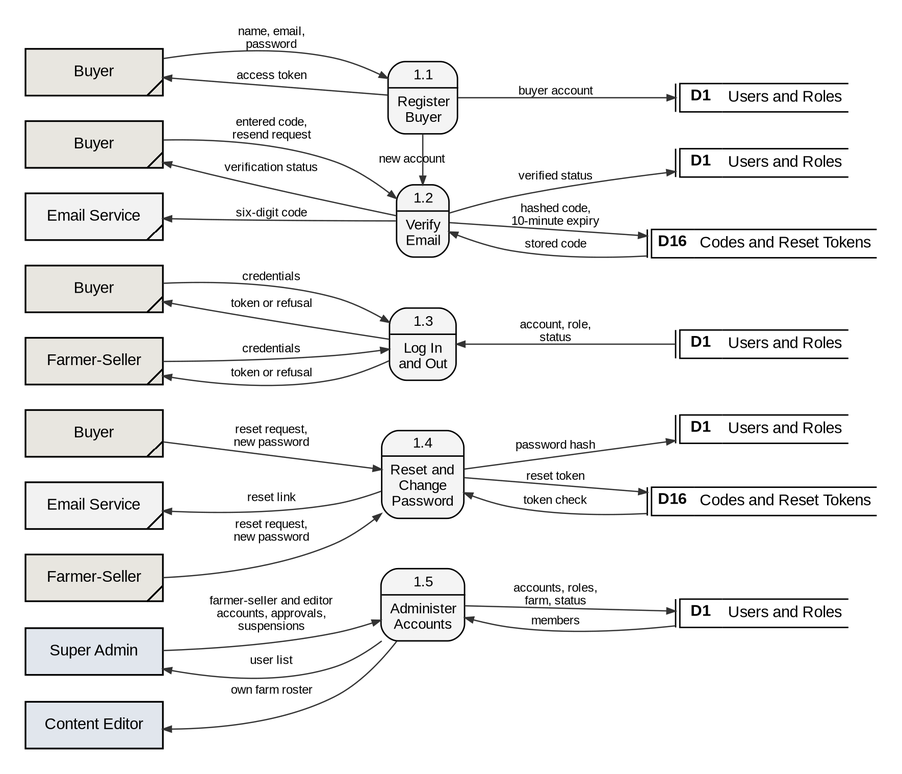
The Graphviz diagram docs/manuscript/figures/fig6_2_1_dfd_level2.png in shawncastaneda11-commits/anihow-backend, before a commit. Its source is kept beside it as docs/manuscript/figures/src/fig6_2_1_dfd_level2.dot.
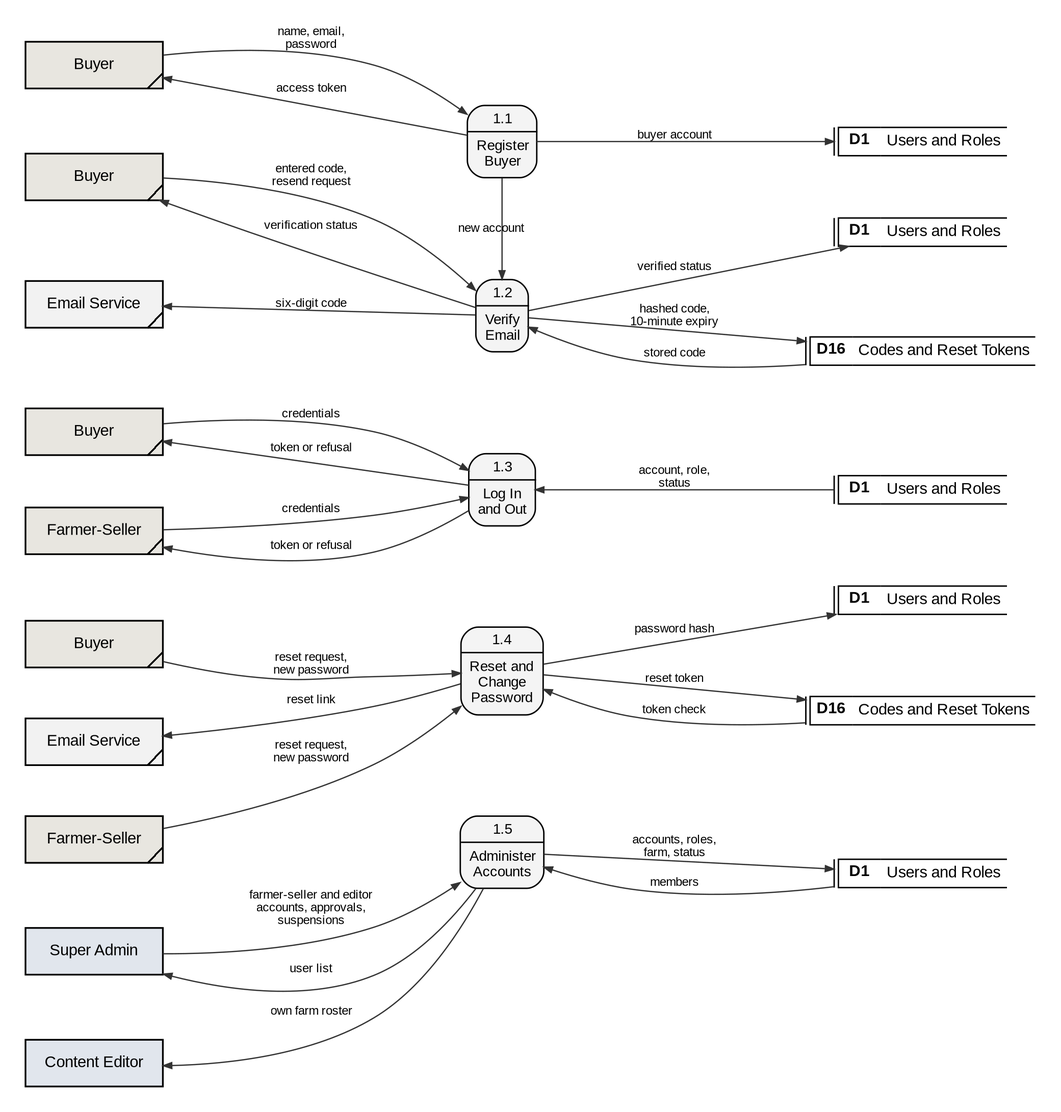
After the change.

Change to the diagram source:
```diff
@@ -1,5 +1,5 @@
 digraph G {
-  graph [rankdir=LR, nodesep=0.25, ranksep=0.9, pad=0.25, fontname="Liberation Sans", newrank=true];
+  graph [rankdir=LR, nodesep=0.5, ranksep=1.7, pad=0.25, fontname="Liberation Sans", newrank=true, splines=spline, concentrate=false];
   node  [fontname="Liberation Sans", fontsize=11];
   edge  [penwidth=0.9, arrowsize=0.6, color="#333333", fontname="Liberation Sans", fontsize=8.5];
   q1a [shape=plaintext, margin=0, width=0, height=0, label=<<TABLE STYLE="ROUNDED" BORDER="1" CELLBORDER="0" CELLSPACING="0" CELLPADDING="3" BGCOLOR="#F4F4F4"><TR><TD><FONT POINT-SIZE="10.5">1.1</FONT></TD></TR><HR/><TR><TD CELLPADDING="5"><FONT POINT-SIZE="10.5">Register<BR/>Buyer</FONT></TD></TR></TABLE>>];
```
